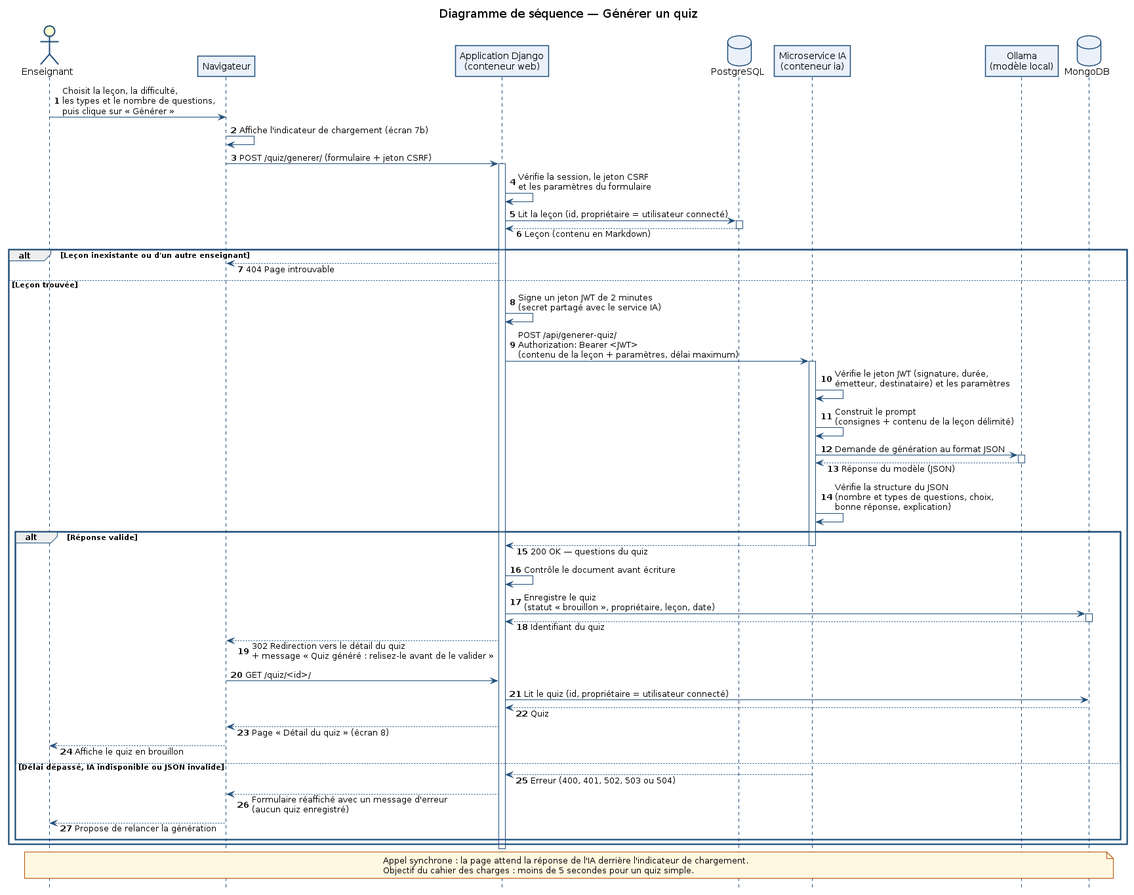
FantoniStephane/eduquizai keeps this PlantUML diagram as docs/conception/diagrammes/sequence_generer_quiz.png. Above is the earlier version. Its source is kept beside it as docs/conception/diagrammes/sequence_generer_quiz.puml.
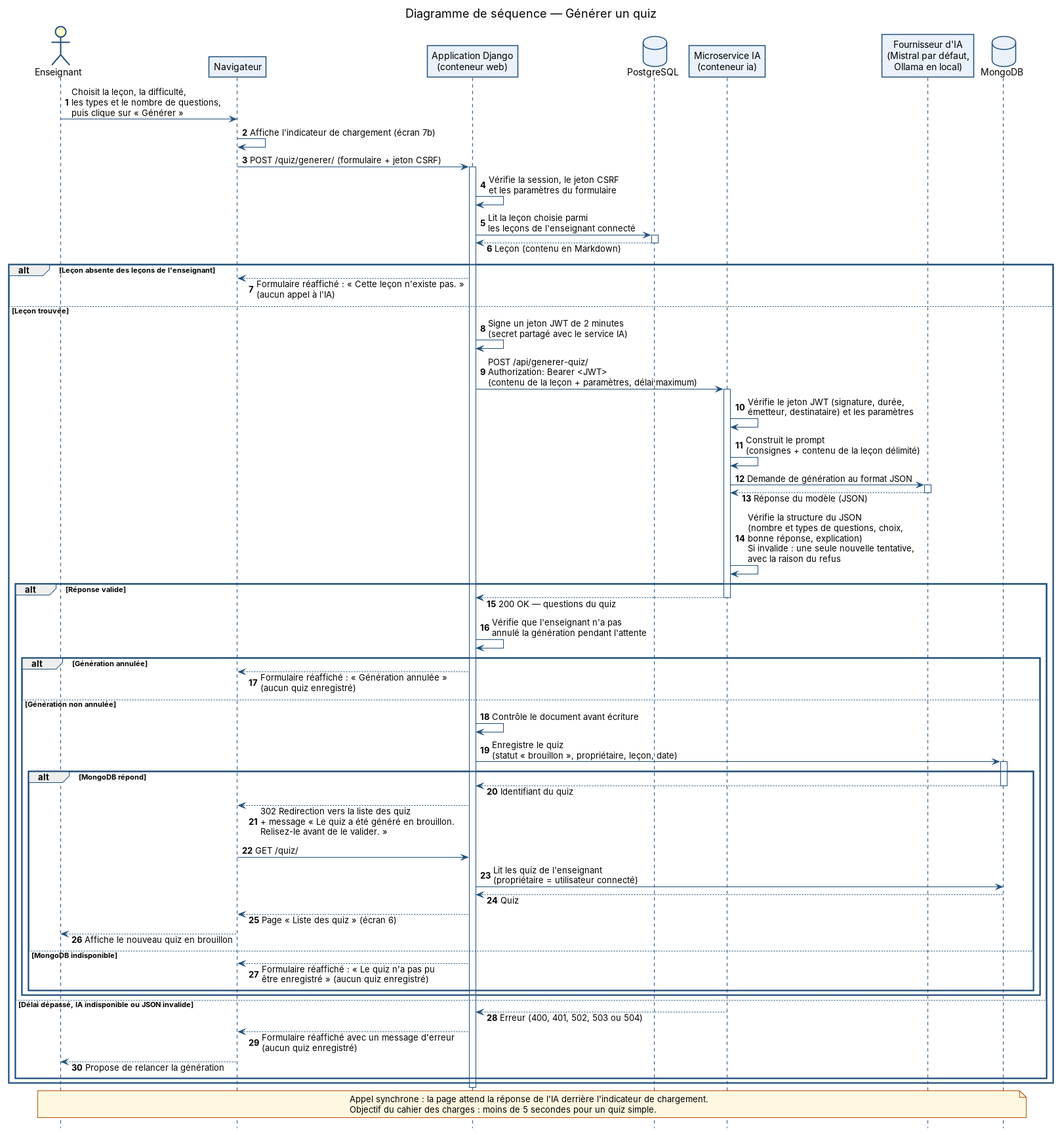
After the commit.

Commit message:
docs(conception): séquence de génération et enchaînement alignés sur l'application (liste après génération, annulation, Mistral)

The edit, as a diff of the source:
```diff
@@ -22,7 +22,7 @@
 participant "Application Django\n(conteneur web)" as WEB
 database "PostgreSQL" as PG
 participant "Microservice IA\n(conteneur ia)" as IA
-participant "Ollama\n(modèle local)" as OLL
+participant "Fournisseur d'IA\n(Mistral par défaut,\nOllama en local)" as OLL
 database "MongoDB" as MDB
 
 ENS -> NAV : Choisit la leçon, la difficulté,\nles types et le nombre de questions,\npuis clique sur « Générer »
@@ -30,13 +30,13 @@
 NAV -> WEB : POST /quiz/generer/ (formulaire + jeton CSRF)
 activate WEB
 WEB -> WEB : Vérifie la session, le jeton CSRF\net les paramètres du formulaire
-WEB -> PG : Lit la leçon (id, propriétaire = utilisateur connecté)
+WEB -> PG : Lit la leçon choisie parmi\nles leçons de l'enseignant connecté
 activate PG
 PG --> WEB : Leçon (contenu en Markdown)
 deactivate PG
 
-alt Leçon inexistante ou d'un autre enseignant
-  WEB --> NAV : 404 Page introuvable
+alt Leçon absente des leçons de l'enseignant
+  WEB --> NAV : Formulaire réaffiché : « Cette leçon n'existe pas. »\n(aucun appel à l'IA)
 else Leçon trouvée
   WEB -> WEB : Signe un jeton JWT de 2 minutes\n(secret partagé avec le service IA)
   WEB -> IA : POST /api/generer-quiz/\nAuthorization: Bearer <JWT>\n(contenu de la leçon + paramètres, délai maximum)
@@ -47,22 +47,31 @@
   activate OLL
   OLL --> IA : Réponse du modèle (JSON)
   deactivate OLL
-  IA -> IA : Vérifie la structure du JSON\n(nombre et types de questions, choix,\nbonne réponse, explication)
+  IA -> IA : Vérifie la structure du JSON\n(nombre et types de questions, choix,\nbonne réponse, explication)\nSi invalide : une seule nouvelle tentative,\navec la raison du refus
 
   alt Réponse valide
     IA --> WEB : 200 OK — questions du quiz
     deactivate IA
-    WEB -> WEB : Contrôle le document avant écriture
-    WEB -> MDB : Enregistre le quiz\n(statut « brouillon », propriétaire, leçon, date)
-    activate MDB
-    MDB --> WEB : Identifiant du quiz
-    deactivate MDB
-    WEB --> NAV : 302 Redirection vers le détail du quiz\n+ message « Quiz généré : relisez-le avant de le valider »
-    NAV -> WEB : GET /quiz/<id>/
-    WEB -> MDB : Lit le quiz (id, propriétaire = utilisateur connecté)
-    MDB --> WEB : Quiz
-    WEB --> NAV : Page « Détail du quiz » (écran 8)
-    NAV --> ENS : Affiche le quiz en brouillon
+    WEB -> WEB : Vérifie que l'enseignant n'a pas\nannulé la génération pendant l'attente
+    alt Génération annulée
+      WEB --> NAV : Formulaire réaffiché : « Génération annulée »\n(aucun quiz enregistré)
+    else Génération non annulée
+      WEB -> WEB : Contrôle le document avant écriture
+      WEB -> MDB : Enregistre le quiz\n(statut « brouillon », propriétaire, leçon, date)
+      activate MDB
+      alt MongoDB répond
+        MDB --> WEB : Identifiant du quiz
+        deactivate MDB
+        WEB --> NAV : 302 Redirection vers la liste des quiz\n+ message « Le quiz a été généré en brouillon.\nRelisez-le avant de le valider. »
+        NAV -> WEB : GET /quiz/
+        WEB -> MDB : Lit les quiz de l'enseignant\n(propriétaire = utilisateur connecté)
+        MDB --> WEB : Quiz
+        WEB --> NAV : Page « Liste des quiz » (écran 6)
+        NAV --> ENS : Affiche le nouveau quiz en brouillon
+      else MongoDB indisponible
+        WEB --> NAV : Formulaire réaffiché : « Le quiz n'a pas pu\nêtre enregistré » (aucun quiz enregistré)
+      end
+    end
   else Délai dépassé, IA indisponible ou JSON invalide
     IA --> WEB : Erreur (400, 401, 502, 503 ou 504)
     WEB --> NAV : Formulaire réaffiché avec un message d'erreur\n(aucun quiz enregistré)
```
